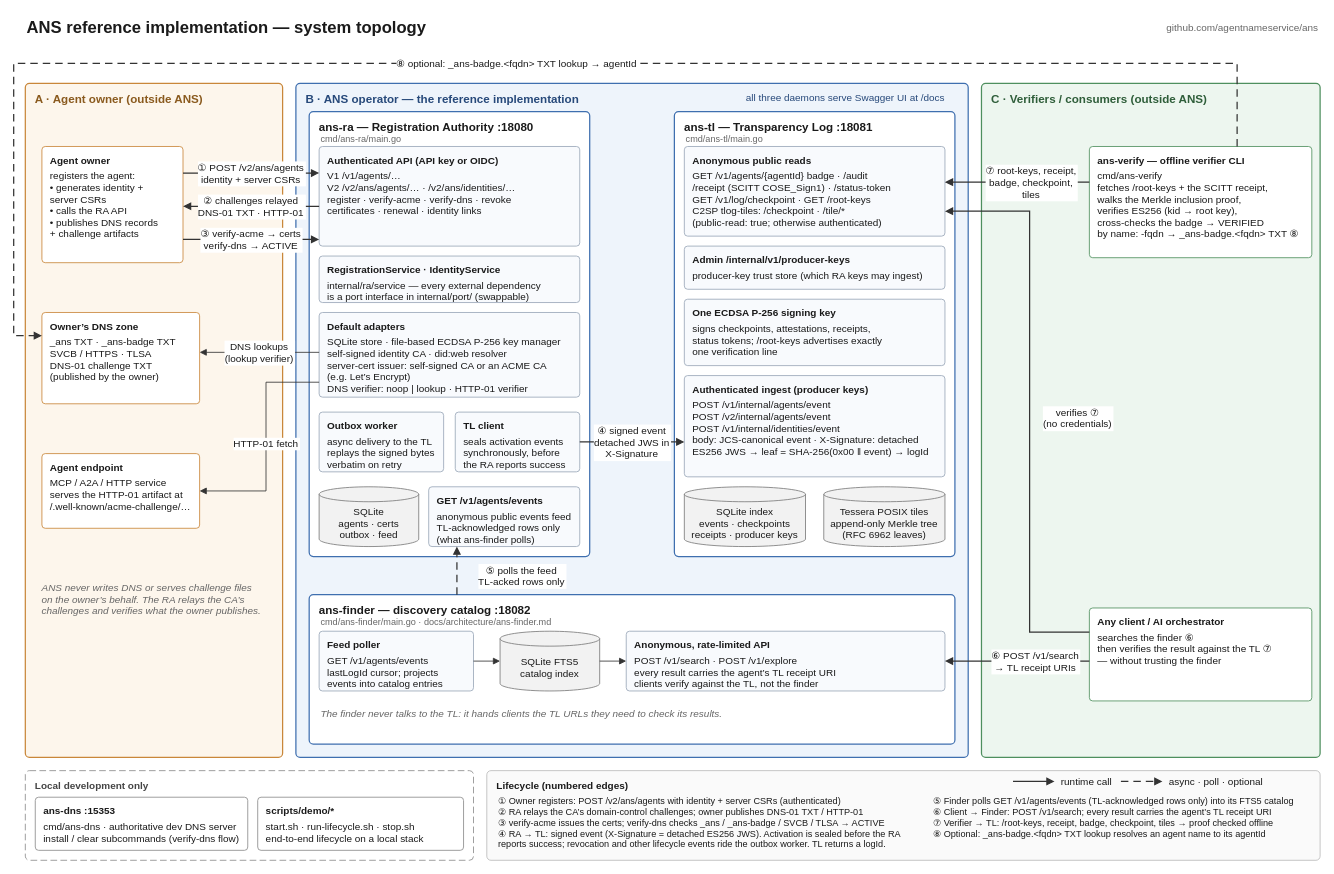
This is docs/architecture/reference-implementation.drawio from agentnameservice/ans, a draw.io file, before an edit. Source tidied: cells renumbered, new cells numbered last; positions are measured from the earlier drawing's top-left corner, leaving out a move shared by most shapes. Both pictures are drawn from the tidied source at 83%, with x=0, y=0 at pixel (13, 13).
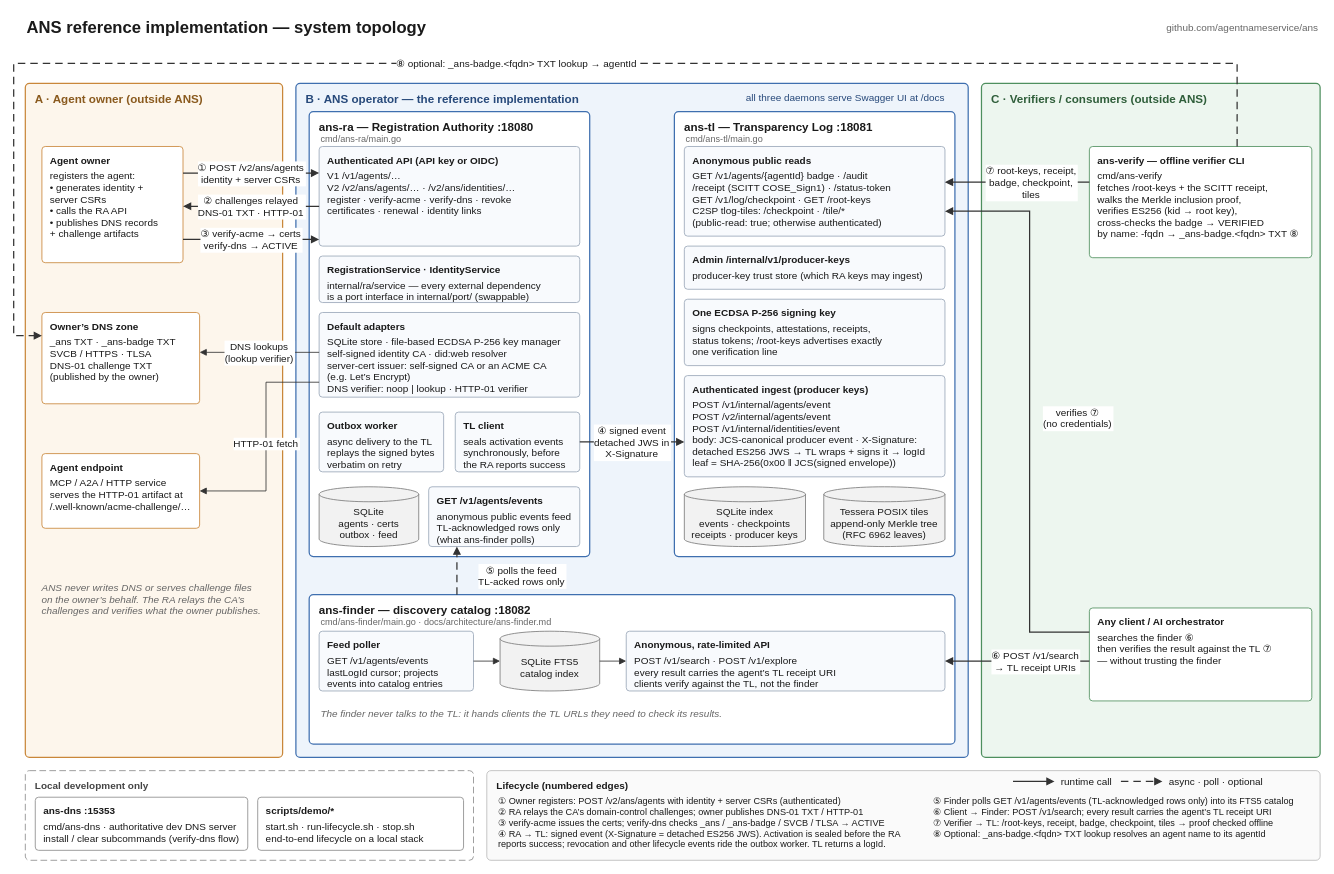
The same page after the edit.

Commit message (it also covers changes not shown here):
docs(architecture): name the leaf-hash input and the verifier's deps

The change refers to these unchanged cells:
```xml
<mxCell id="38" value="Authenticated ingest  (producer keys)" style="rounded=1;absoluteArcSize=1;arcSize=10;html=0;fontFamily=Helvetica, Arial, sans-serif;arcSize=8;align=left;verticalAlign=top;spacingLeft=8;spacingTop=3;fontSize=12;fontStyle=1;fontColor=#1A1A1A;fillColor=#F8FAFD;strokeColor=#9AA7B8;" parent="30" vertex="1">
  <mxGeometry x="12" y="318" width="314" height="122" as="geometry" />
</mxCell>
```

What changed in the source:
```diff
@@
-    <mxCell id="39" value="POST /v1/internal/agents/event&#10;POST /v2/internal/agents/event&#10;POST /v1/internal/identities/event&#10;body: JCS-canonical event · X-Signature: detached&#10;ES256 JWS → leaf = SHA-256(0x00 ‖ event) → logId" style="text;html=0;strokeColor=none;fillColor=none;align=left;verticalAlign=top;fontSize=12;fontColor=#1A1A1A;spacingLeft=8;spacingTop=0;fontFamily=Helvetica, Arial, sans-serif;" parent="38" vertex="1">
+    <mxCell id="39" value="POST /v1/internal/agents/event&#10;POST /v2/internal/agents/event&#10;POST /v1/internal/identities/event&#10;body: JCS-canonical producer event · X-Signature:&#10;detached ES256 JWS → TL wraps + signs it → logId&#10;leaf = SHA-256(0x00 ‖ JCS(signed envelope))" style="text;html=0;strokeColor=none;fillColor=none;align=left;verticalAlign=top;fontSize=12;fontColor=#1A1A1A;spacingLeft=8;spacingTop=0;fontFamily=Helvetica, Arial, sans-serif;" parent="38" vertex="1">
       <mxGeometry y="22" width="314" height="98" as="geometry" />
     </mxCell>
```
